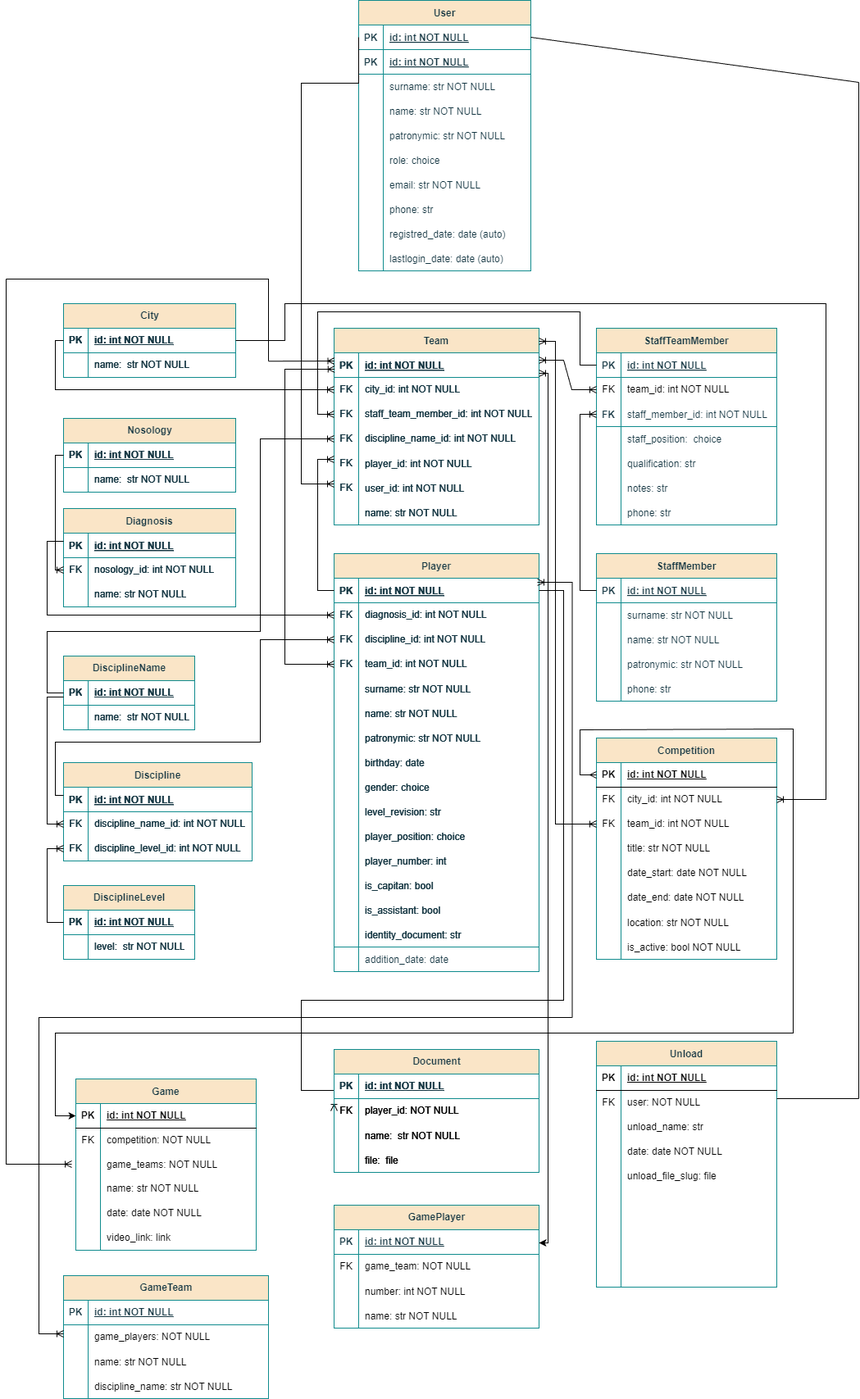
Studio-Yandex-Practicum/adaptive_hockey_federation keeps this draw.io diagram as docs/ER_Diagram.drawio.png. Above is the earlier version. Source tidied: cells renumbered, new cells last; positions are measured from the earlier drawing's top-left corner, leaving out a move shared by most shapes.
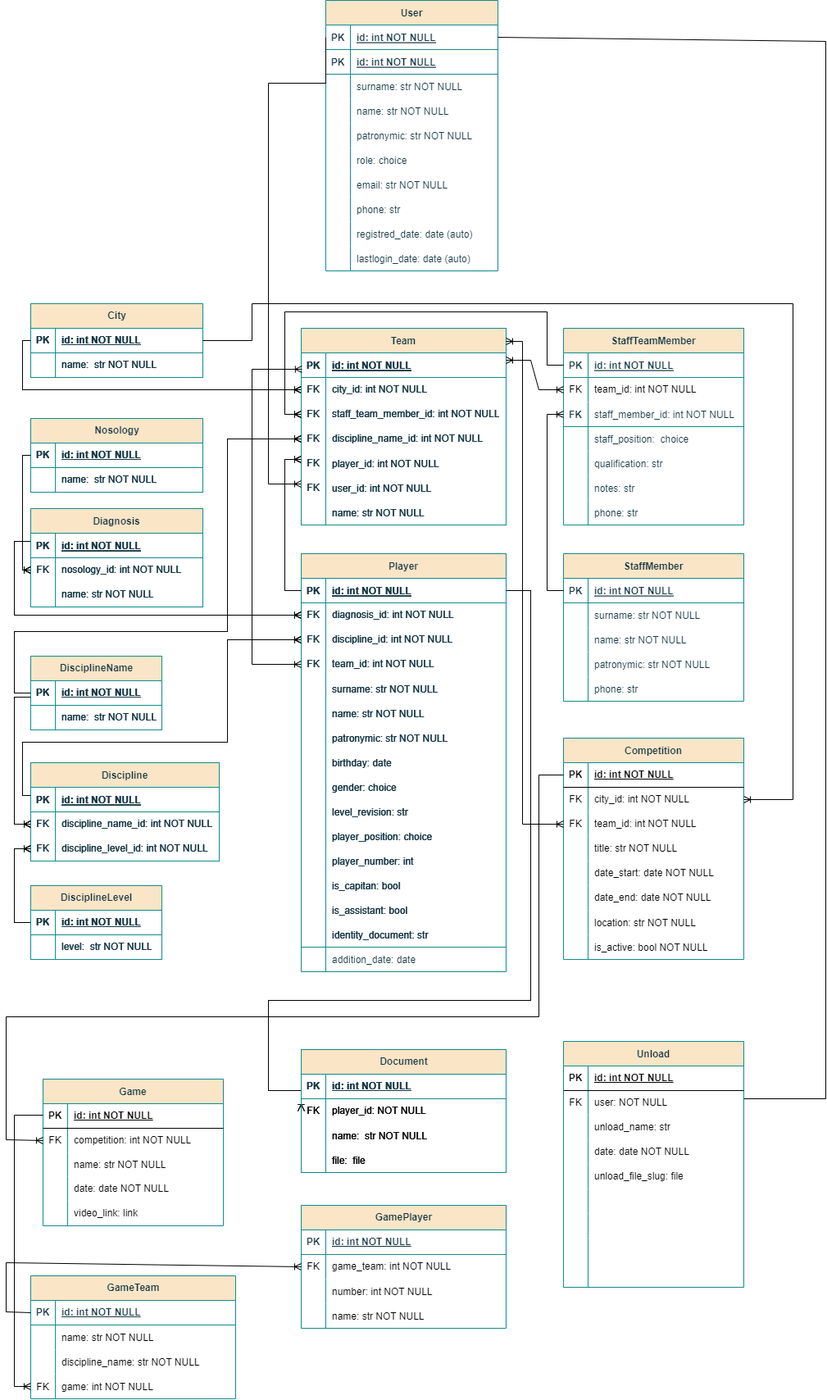
Later version of the same file.

Commit message:
Fix ER_Diagram and do saving Games via signals

The edit, as a diff of the source:
```diff
@@ -1880,13 +1880,13 @@
     </mxCell>
     <mxCell id="558" style="endArrow=none;html=1;rounded=0;exitX=1;exitY=0.5;exitDx=0;exitDy=0;" parent="1" edge="1" source="286">
       <mxGeometry relative="1" as="geometry">
-        <mxPoint x="1040" y="100" as="targetPoint" />
+        <mxPoint x="1040" y="50" as="targetPoint" />
       </mxGeometry>
     </mxCell>
     <mxCell id="559" style="endArrow=none;html=1;rounded=0;" parent="1" edge="1">
       <mxGeometry relative="1" as="geometry">
         <mxPoint x="1040" y="1340" as="sourcePoint" />
-        <mxPoint x="1040" y="100" as="targetPoint" />
+        <mxPoint x="1040" y="50" as="targetPoint" />
       </mxGeometry>
     </mxCell>
     <mxCell id="560" style="endArrow=none;html=1;rounded=0;" parent="1" edge="1">
@@ -1907,17 +1907,8 @@
     <mxCell id="564" value="id: int NOT NULL" style="shape=partialRectangle;fillColor=none;top=0;left=0;bottom=0;right=0;align=left;spacingLeft=6;fontStyle=5;overflow=hidden;whiteSpace=wrap;html=1;rounded=0;labelBackgroundColor=none;strokeColor=#0F8B8D;fontColor=#143642;" parent="562" vertex="1">
       <mxGeometry x="30" width="220" height="30" as="geometry" />
     </mxCell>
-    <mxCell id="565" style="shape=tableRow;horizontal=0;startSize=0;swimlaneHead=0;swimlaneBody=0;fillColor=none;top=0;left=0;right=0;bottom=0;" parent="561" vertex="1">
-      <mxGeometry y="60" width="250" height="30" as="geometry" />
-    </mxCell>
-    <mxCell id="566" style="shape=partialRectangle;fillColor=none;top=0;left=0;bottom=0;right=0;fontStyle=0;overflow=hidden;whiteSpace=wrap;html=1;" parent="565" vertex="1">
-      <mxGeometry width="30" height="30" as="geometry" />
-    </mxCell>
-    <mxCell id="567" value="game_players: NOT NULL" style="shape=partialRectangle;fillColor=none;top=0;left=0;bottom=0;right=0;align=left;spacingLeft=6;fontStyle=0;overflow=hidden;whiteSpace=wrap;html=1;" parent="565" vertex="1">
-      <mxGeometry x="30" width="220" height="30" as="geometry" />
-    </mxCell>
     <mxCell id="568" style="shape=tableRow;horizontal=0;startSize=0;swimlaneHead=0;swimlaneBody=0;fillColor=none;top=0;left=0;right=0;bottom=0;" parent="561" vertex="1">
-      <mxGeometry y="90" width="250" height="30" as="geometry" />
+      <mxGeometry y="60" width="250" height="30" as="geometry" />
     </mxCell>
     <mxCell id="569" style="shape=partialRectangle;fillColor=none;top=0;left=0;bottom=0;right=0;overflow=hidden;" parent="568" vertex="1">
       <mxGeometry width="30" height="30" as="geometry" />
@@ -1926,7 +1917,7 @@
       <mxGeometry x="30" width="220" height="30" as="geometry" />
     </mxCell>
     <mxCell id="571" style="shape=tableRow;horizontal=0;startSize=0;swimlaneHead=0;swimlaneBody=0;fillColor=none;top=0;left=0;right=0;bottom=0;" parent="561" vertex="1">
-      <mxGeometry y="120" width="250" height="30" as="geometry" />
+      <mxGeometry y="90" width="250" height="30" as="geometry" />
     </mxCell>
     <mxCell id="572" style="shape=partialRectangle;fillColor=none;top=0;left=0;bottom=0;right=0;overflow=hidden;" parent="571" vertex="1">
       <mxGeometry width="30" height="30" as="geometry" />
@@ -1934,6 +1925,15 @@
     <mxCell id="573" value="discipline_name: str NOT NULL" style="shape=partialRectangle;fillColor=none;top=0;left=0;bottom=0;right=0;align=left;spacingLeft=6;overflow=hidden;" parent="571" vertex="1">
       <mxGeometry x="30" width="220" height="30" as="geometry" />
     </mxCell>
+    <mxCell id="613" style="shape=tableRow;horizontal=0;startSize=0;swimlaneHead=0;swimlaneBody=0;fillColor=none;points=[[0,0.5],[1,0.5]];portConstraint=eastwest;top=0;left=0;right=0;bottom=0;" parent="561" vertex="1">
+      <mxGeometry y="120" width="250" height="30" as="geometry" />
+    </mxCell>
+    <mxCell id="614" value="FK" style="shape=partialRectangle;fillColor=none;top=0;left=0;bottom=0;right=0;overflow=hidden;" parent="613" vertex="1">
+      <mxGeometry width="30" height="30" as="geometry" />
+    </mxCell>
+    <mxCell id="615" value="game: int NOT NULL" style="shape=partialRectangle;fillColor=none;top=0;left=0;bottom=0;right=0;align=left;spacingLeft=6;overflow=hidden;" parent="613" vertex="1">
+      <mxGeometry x="30" width="220" height="30" as="geometry" />
+    </mxCell>
     <mxCell id="574" value="GamePlayer" style="shape=table;startSize=30;rowLines=0;fontStyle=1;align=center;html=1;rounded=0;labelBackgroundColor=none;fillColor=#FAE5C7;strokeColor=#0F8B8D;fontColor=#143642;" parent="1" vertex="1">
       <mxGeometry x="400" y="1470" width="250" height="150" as="geometry" />
     </mxCell>
@@ -1952,7 +1952,7 @@
     <mxCell id="579" value="FK" style="shape=partialRectangle;fillColor=none;top=0;left=0;bottom=0;right=0;fontStyle=0;overflow=hidden;whiteSpace=wrap;html=1;" parent="578" vertex="1">
       <mxGeometry width="30" height="30" as="geometry" />
     </mxCell>
-    <mxCell id="580" value="&lt;span style=&quot;text-wrap: nowrap;&quot;&gt;game_team: NOT NULL&lt;/span&gt;" style="shape=partialRectangle;fillColor=none;top=0;left=0;bottom=0;right=0;align=left;spacingLeft=6;fontStyle=0;overflow=hidden;whiteSpace=wrap;html=1;" parent="578" vertex="1">
+    <mxCell id="580" value="&lt;span style=&quot;text-wrap: nowrap;&quot;&gt;game_team: int NOT NULL&lt;/span&gt;" style="shape=partialRectangle;fillColor=none;top=0;left=0;bottom=0;right=0;align=left;spacingLeft=6;fontStyle=0;overflow=hidden;whiteSpace=wrap;html=1;" parent="578" vertex="1">
       <mxGeometry x="30" width="220" height="30" as="geometry" />
     </mxCell>
     <mxCell id="581" style="shape=tableRow;horizontal=0;startSize=0;swimlaneHead=0;swimlaneBody=0;fillColor=none;top=0;left=0;right=0;bottom=0;" parent="574" vertex="1">
@@ -1973,27 +1973,8 @@
     <mxCell id="586" value="name: str NOT NULL" style="shape=partialRectangle;fillColor=none;top=0;left=0;bottom=0;right=0;align=left;spacingLeft=6;overflow=hidden;" parent="584" vertex="1">
       <mxGeometry x="30" width="220" height="30" as="geometry" />
     </mxCell>
-    <mxCell id="587" style="edgeStyle=orthogonalEdgeStyle;fontSize=12;html=1;endArrow=ERoneToMany;rounded=0;" parent="1" edge="1">
-      <mxGeometry relative="1" as="geometry">
-        <mxPoint x="690" y="1241" as="sourcePoint" />
-        <mxPoint x="70" y="1627" as="targetPoint" />
-        <Array as="points">
-          <mxPoint x="40" y="1241" />
-          <mxPoint x="40" y="1627" />
-        </Array>
-      </mxGeometry>
-    </mxCell>
-    <mxCell id="588" style="edgeStyle=orthogonalEdgeStyle;fontSize=12;html=1;endArrow=ERoneToMany;rounded=0;entryX=1.002;entryY=0.158;entryDx=0;entryDy=0;entryPerimeter=0;" parent="1" edge="1">
-      <mxGeometry relative="1" as="geometry">
-        <mxPoint x="690.5" y="1241.3" as="sourcePoint" />
-        <mxPoint x="648" y="710" as="targetPoint" />
-        <Array as="points">
-          <mxPoint x="690.5" y="710.3" />
-        </Array>
-      </mxGeometry>
-    </mxCell>
     <mxCell id="589" value="Game" style="shape=table;startSize=30;rowLines=0;fontStyle=1;align=center;rounded=0;labelBackgroundColor=none;fillColor=#FAE5C7;strokeColor=#0F8B8D;fontColor=#143642;" parent="1" vertex="1">
-      <mxGeometry x="85" y="1316" width="220" height="209" as="geometry" />
+      <mxGeometry x="85" y="1316" width="220" height="179" as="geometry" />
     </mxCell>
     <mxCell id="590" style="shape=tableRow;horizontal=0;startSize=0;swimlaneHead=0;swimlaneBody=0;fillColor=none;points=[[0,0.5],[1,0.5]];portConstraint=eastwest;top=0;left=0;right=0;bottom=1;" parent="589" vertex="1">
       <mxGeometry y="30" width="220" height="30" as="geometry" />
@@ -2010,20 +1991,11 @@
     <mxCell id="594" value="FK" style="shape=partialRectangle;fillColor=none;top=0;left=0;bottom=0;right=0;fontStyle=0;overflow=hidden;whiteSpace=wrap;html=1;" parent="593" vertex="1">
       <mxGeometry width="30" height="30" as="geometry" />
     </mxCell>
-    <mxCell id="595" value="competition: NOT NULL" style="shape=partialRectangle;fillColor=none;top=0;left=0;bottom=0;right=0;align=left;spacingLeft=6;fontStyle=0;overflow=hidden;whiteSpace=wrap;html=1;" parent="593" vertex="1">
+    <mxCell id="595" value="competition: int NOT NULL" style="shape=partialRectangle;fillColor=none;top=0;left=0;bottom=0;right=0;align=left;spacingLeft=6;fontStyle=0;overflow=hidden;whiteSpace=wrap;html=1;" parent="593" vertex="1">
       <mxGeometry x="30" width="190" height="30" as="geometry" />
     </mxCell>
-    <mxCell id="596" style="shape=tableRow;horizontal=0;startSize=0;swimlaneHead=0;swimlaneBody=0;fillColor=none;top=0;left=0;right=0;bottom=0;" parent="589" vertex="1">
-      <mxGeometry y="90" width="220" height="30" as="geometry" />
-    </mxCell>
-    <mxCell id="597" style="shape=partialRectangle;fillColor=none;top=0;left=0;bottom=0;right=0;fontStyle=0;overflow=hidden;whiteSpace=wrap;html=1;" parent="596" vertex="1">
-      <mxGeometry width="30" height="30" as="geometry" />
-    </mxCell>
-    <mxCell id="598" value="game_teams: NOT NULL" style="shape=partialRectangle;fillColor=none;top=0;left=0;bottom=0;right=0;align=left;spacingLeft=6;fontStyle=0;overflow=hidden;whiteSpace=wrap;html=1;" parent="596" vertex="1">
-      <mxGeometry x="30" width="190" height="30" as="geometry" />
-    </mxCell>
     <mxCell id="599" style="shape=tableRow;horizontal=0;startSize=0;swimlaneHead=0;swimlaneBody=0;fillColor=none;top=0;left=0;right=0;bottom=0;" parent="589" vertex="1">
-      <mxGeometry y="120" width="220" height="29" as="geometry" />
+      <mxGeometry y="90" width="220" height="29" as="geometry" />
     </mxCell>
     <mxCell id="600" style="shape=partialRectangle;fillColor=none;top=0;left=0;bottom=0;right=0;overflow=hidden;whiteSpace=wrap;html=1;" parent="599" vertex="1">
       <mxGeometry width="30" height="29" as="geometry" />
@@ -2032,7 +2004,7 @@
       <mxGeometry x="30" width="190" height="29" as="geometry" />
     </mxCell>
     <mxCell id="602" style="shape=tableRow;horizontal=0;startSize=0;swimlaneHead=0;swimlaneBody=0;fillColor=none;top=0;left=0;right=0;bottom=0;" parent="589" vertex="1">
-      <mxGeometry y="149" width="220" height="30" as="geometry" />
+      <mxGeometry y="119" width="220" height="30" as="geometry" />
     </mxCell>
     <mxCell id="603" style="shape=partialRectangle;fillColor=none;top=0;left=0;bottom=0;right=0;overflow=hidden;whiteSpace=wrap;html=1;" parent="602" vertex="1">
       <mxGeometry width="30" height="30" as="geometry" />
@@ -2041,7 +2013,7 @@
       <mxGeometry x="30" width="190" height="30" as="geometry" />
     </mxCell>
     <mxCell id="605" style="shape=tableRow;horizontal=0;startSize=0;swimlaneHead=0;swimlaneBody=0;fillColor=none;top=0;left=0;right=0;bottom=0;" parent="589" vertex="1">
-      <mxGeometry y="179" width="220" height="30" as="geometry" />
+      <mxGeometry y="149" width="220" height="30" as="geometry" />
     </mxCell>
     <mxCell id="606" style="shape=partialRectangle;fillColor=none;top=0;left=0;bottom=0;right=0;overflow=hidden;whiteSpace=wrap;html=1;" parent="605" vertex="1">
       <mxGeometry width="30" height="30" as="geometry" />
@@ -2049,54 +2021,32 @@
     <mxCell id="607" value="video_link: link" style="shape=partialRectangle;fillColor=none;top=0;left=0;bottom=0;right=0;align=left;spacingLeft=6;overflow=hidden;whiteSpace=wrap;html=1;" parent="605" vertex="1">
       <mxGeometry x="30" width="190" height="30" as="geometry" />
     </mxCell>
-    <mxCell id="608" style="endArrow=classic;html=1;rounded=0;startArrow=ERoneToMany;startFill=0;entryX=1;entryY=0.533;entryDx=0;entryDy=0;entryPerimeter=0;" parent="1" edge="1" target="575">
-      <mxGeometry relative="1" as="geometry">
-        <mxPoint x="650" y="455" as="sourcePoint" />
-        <Array as="points">
-          <mxPoint x="661" y="455" />
-          <mxPoint x="661" y="1516.2" />
-        </Array>
-      </mxGeometry>
-    </mxCell>
-    <mxCell id="609" style="endArrow=classic;html=1;rounded=0;startArrow=ERmany;startFill=0;exitX=0;exitY=0.5;exitDx=0;exitDy=0;endFill=1;entryX=0;entryY=0.5;entryDx=0;entryDy=0;" parent="1" edge="1" source="505" target="590">
-      <mxGeometry relative="1" as="geometry">
-        <Array as="points">
-          <mxPoint x="700" y="945" />
-          <mxPoint x="700" y="920" />
-          <mxPoint x="700" y="890" />
-          <mxPoint x="960" y="889" />
-          <mxPoint x="960" y="1260" />
-          <mxPoint x="60" y="1260" />
-          <mxPoint x="60" y="1310" />
-          <mxPoint x="60" y="1361" />
-        </Array>
-      </mxGeometry>
-    </mxCell>
-    <mxCell id="610" style="endArrow=ERoneToMany;html=1;rounded=0;endFill=0;" parent="1" edge="1">
-      <mxGeometry relative="1" as="geometry">
-        <mxPoint y="1420" as="sourcePoint" />
-        <mxPoint x="80" y="1420" as="targetPoint" />
-        <Array as="points">
-          <mxPoint y="340" />
-          <mxPoint y="1420" />
-        </Array>
-      </mxGeometry>
-    </mxCell>
-    <mxCell id="611" style="endArrow=none;html=1;rounded=0;" parent="1" edge="1">
-      <mxGeometry relative="1" as="geometry">
-        <mxPoint y="340" as="sourcePoint" />
-        <mxPoint x="320" y="340" as="targetPoint" />
-        <Array as="points">
-          <mxPoint x="320" y="340" />
-          <mxPoint x="320" y="440" />
-        </Array>
-      </mxGeometry>
-    </mxCell>
-    <mxCell id="612" style="endArrow=ERoneToMany;html=1;rounded=0;entryX=0.002;entryY=0.192;entryDx=0;entryDy=0;entryPerimeter=0;endFill=0;" parent="1" edge="1">
-      <mxGeometry relative="1" as="geometry">
-        <mxPoint x="320" y="440.2" as="sourcePoint" />
-        <mxPoint x="400.5" y="440" as="targetPoint" />
-      </mxGeometry>
-    </mxCell>
+    <mxCell id="616" style="endArrow=ERoneToMany;html=1;rounded=0;entryX=0;entryY=0.5;entryDx=0;entryDy=0;exitX=0;exitY=0.5;exitDx=0;exitDy=0;jumpStyle=none;startArrow=none;startFill=0;endFill=0;" parent="1" edge="1" source="562" target="578">
+      <mxGeometry relative="1" as="geometry">
+        <Array as="points">
+          <mxPoint x="40" y="1600" />
+          <mxPoint x="40" y="1540" />
+        </Array>
+      </mxGeometry>
+    </mxCell>
+    <mxCell id="617" style="endArrow=none;html=1;rounded=0;exitX=0;exitY=0.5;exitDx=0;exitDy=0;entryX=0;entryY=0.5;entryDx=0;entryDy=0;endFill=0;startArrow=ERoneToMany;startFill=0;" parent="1" edge="1" source="593" target="505">
+      <mxGeometry relative="1" as="geometry">
+        <Array as="points">
+          <mxPoint x="40" y="1390" />
+          <mxPoint x="40" y="1240" />
+          <mxPoint x="690" y="1240" />
+          <mxPoint x="690" y="945" />
+        </Array>
+      </mxGeometry>
+    </mxCell>
+    <mxCell id="618" style="endArrow=none;html=1;rounded=0;exitX=0;exitY=0.5;exitDx=0;exitDy=0;endFill=0;startArrow=ERoneToMany;startFill=0;" parent="1" edge="1" source="613">
+      <mxGeometry relative="1" as="geometry">
+        <mxPoint x="85" y="1360" as="targetPoint" />
+        <Array as="points">
+          <mxPoint x="50" y="1691" />
+          <mxPoint x="50" y="1360" />
+        </Array>
+      </mxGeometry>
+    </mxCell>
   </root>
 </mxGraphModel>
```
